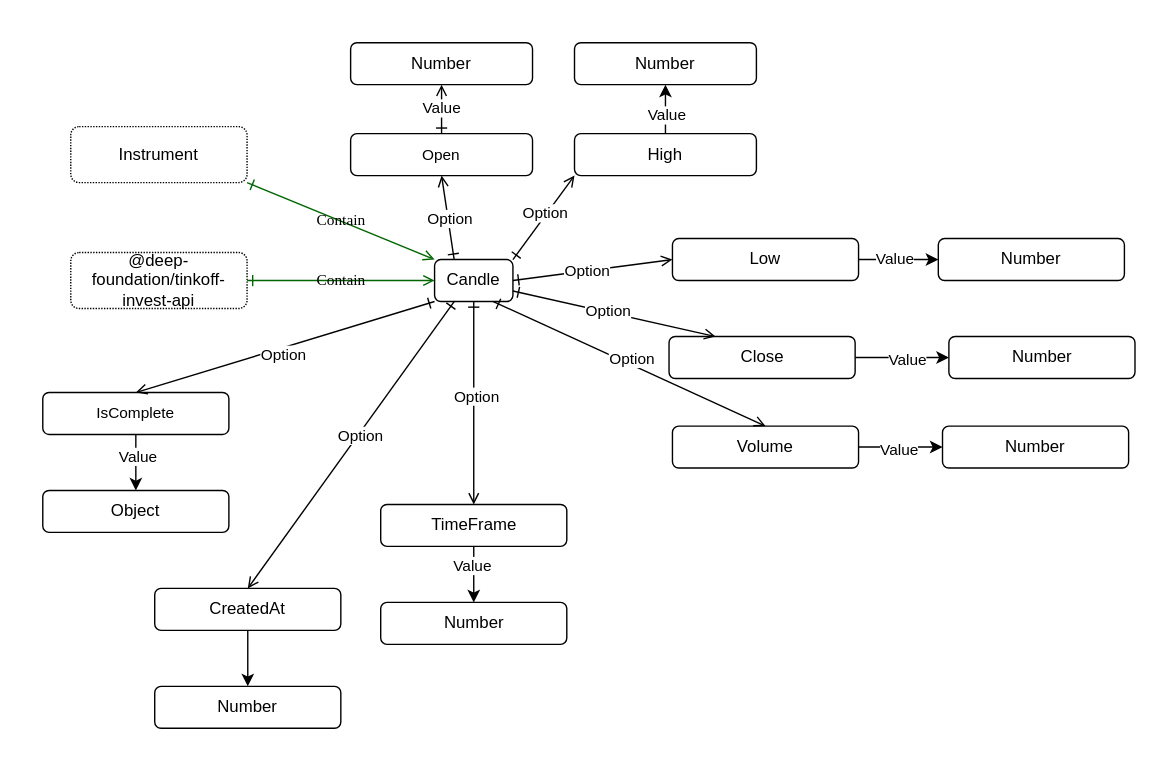
The draw.io diagram src/candle/Candle.drawio.svg in suenot/deep-tinkoff-invest-api, before a commit. Source tidied: cells renumbered, new cells last; positions are measured from the earlier drawing's top-left corner, leaving out a move shared by most shapes.
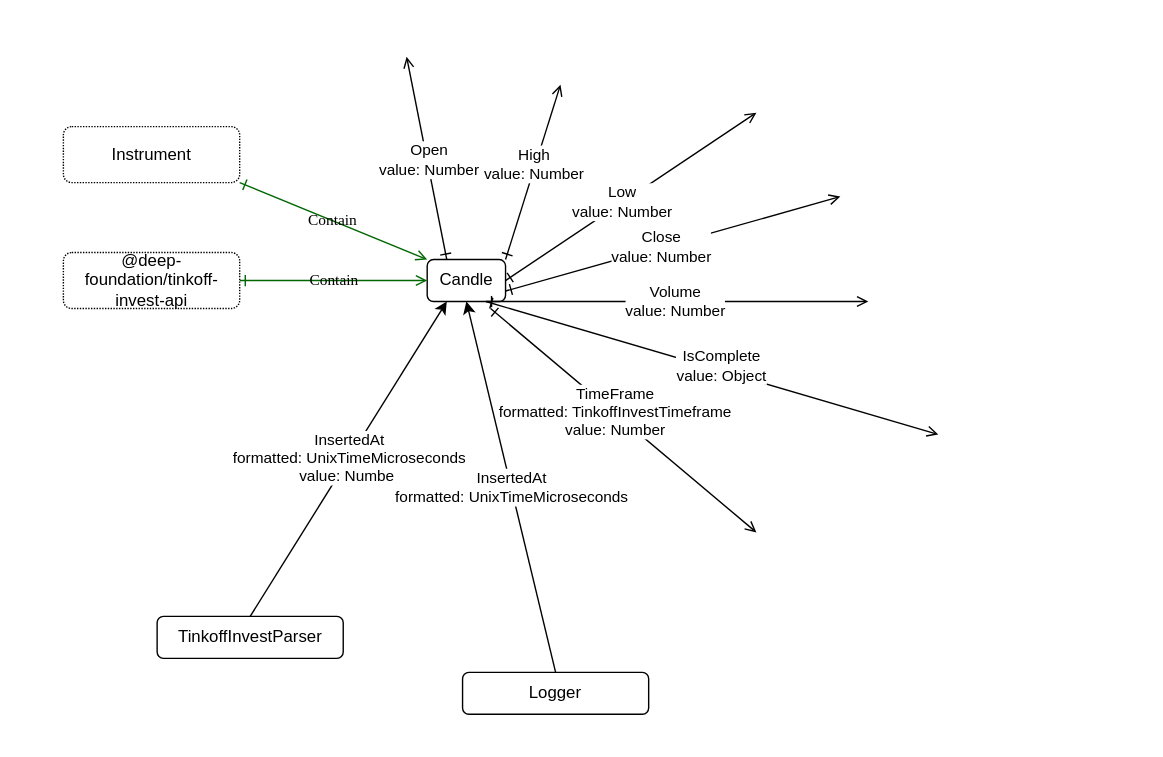
Later version of the same file.

The edit, as a diff of the source:
```diff
@@ -3,162 +3,93 @@
     <mxCell id="0" />
     <mxCell id="1" parent="0" />
     <mxCell id="2" style="rounded=0;whiteSpace=wrap;html=1;strokeColor=none;" parent="1" vertex="1">
-      <mxGeometry width="830" height="540" as="geometry" />
+      <mxGeometry x="5.3" width="830" height="540" as="geometry" />
     </mxCell>
-    <mxCell id="3" style="edgeStyle=none;html=1;exitX=1;exitY=0;exitDx=0;exitDy=0;entryX=0;entryY=1;entryDx=0;entryDy=0;startArrow=ERone;startFill=0;endArrow=open;endFill=0;" parent="1" edge="1" source="5" target="8">
-      <mxGeometry relative="1" as="geometry" />
-    </mxCell>
-    <mxCell id="4" value="Option" style="edgeLabel;html=1;align=center;verticalAlign=middle;" parent="3" vertex="1">
-      <mxGeometry x="0.08" y="2" relative="1" as="geometry" />
-    </mxCell>
+    <mxCell id="54" style="edgeStyle=none;html=1;exitX=1;exitY=0;exitDx=0;exitDy=0;startArrow=ERone;startFill=0;endArrow=open;endFill=0;" parent="1" edge="1" source="5">
+      <mxGeometry relative="1" as="geometry">
+        <mxPoint x="405.3" y="60" as="targetPoint" />
+      </mxGeometry>
+    </mxCell>
+    <mxCell id="55" value="High&lt;br&gt;value: Number" style="edgeLabel;html=1;align=center;verticalAlign=middle;" parent="54" vertex="1">
+      <mxGeometry x="0.08" y="2" relative="1" as="geometry" />
+    </mxCell>
     <mxCell id="5" value="Candle" style="rounded=1;whiteSpace=wrap;html=1;labelBackgroundColor=none;" parent="1" vertex="1">
       <mxGeometry x="310" y="185" width="56" height="30" as="geometry" />
     </mxCell>
-    <mxCell id="6" style="edgeStyle=none;html=1;exitX=0.5;exitY=0;exitDx=0;exitDy=0;entryX=0.5;entryY=1;entryDx=0;entryDy=0;" parent="1" edge="1" source="8" target="47">
-      <mxGeometry relative="1" as="geometry" />
-    </mxCell>
-    <mxCell id="7" value="Value" style="edgeLabel;html=1;align=center;verticalAlign=middle;" parent="6" vertex="1">
-      <mxGeometry x="-0.2" relative="1" as="geometry" />
-    </mxCell>
-    <mxCell id="8" value="High" style="rounded=1;whiteSpace=wrap;html=1;labelBackgroundColor=none;" parent="1" vertex="1">
-      <mxGeometry x="410" y="95" width="130" height="30" as="geometry" />
-    </mxCell>
     <mxCell id="9" value="Instrument" style="rounded=1;whiteSpace=wrap;html=1;labelBackgroundColor=none;dashed=1;dashPattern=1 1;" parent="1" vertex="1">
       <mxGeometry x="50" y="90" width="126" height="40" as="geometry" />
     </mxCell>
-    <mxCell id="10" style="edgeStyle=none;html=1;exitX=1;exitY=0.5;exitDx=0;exitDy=0;startArrow=ERone;startFill=0;entryX=0;entryY=0.5;entryDx=0;entryDy=0;endArrow=open;endFill=0;" parent="1" edge="1" source="5" target="14">
-      <mxGeometry relative="1" as="geometry" />
-    </mxCell>
-    <mxCell id="11" value="Option" style="edgeLabel;html=1;align=center;verticalAlign=middle;" parent="10" vertex="1">
-      <mxGeometry x="-0.07" y="1" relative="1" as="geometry" />
-    </mxCell>
-    <mxCell id="12" style="edgeStyle=none;html=1;exitX=1;exitY=0.5;exitDx=0;exitDy=0;entryX=0;entryY=0.5;entryDx=0;entryDy=0;" parent="1" edge="1" source="14" target="48">
-      <mxGeometry relative="1" as="geometry" />
-    </mxCell>
-    <mxCell id="13" value="Value" style="edgeLabel;html=1;align=center;verticalAlign=middle;" parent="12" vertex="1">
-      <mxGeometry x="-0.12" y="1" relative="1" as="geometry" />
-    </mxCell>
-    <mxCell id="14" value="Low" style="rounded=1;whiteSpace=wrap;html=1;labelBackgroundColor=none;" parent="1" vertex="1">
-      <mxGeometry x="480" y="170" width="133" height="30" as="geometry" />
-    </mxCell>
-    <mxCell id="15" style="edgeStyle=none;html=1;exitX=1;exitY=0.5;exitDx=0;exitDy=0;entryX=0;entryY=0.5;entryDx=0;entryDy=0;" parent="1" edge="1" source="17" target="49">
-      <mxGeometry relative="1" as="geometry" />
-    </mxCell>
-    <mxCell id="16" value="Value" style="edgeLabel;html=1;align=center;verticalAlign=middle;" parent="15" vertex="1">
-      <mxGeometry x="0.1" y="-1" relative="1" as="geometry" />
-    </mxCell>
-    <mxCell id="17" value="Close" style="rounded=1;whiteSpace=wrap;html=1;labelBackgroundColor=none;" parent="1" vertex="1">
-      <mxGeometry x="477.6" y="240" width="133" height="30" as="geometry" />
-    </mxCell>
-    <mxCell id="18" style="edgeStyle=none;html=1;exitX=1;exitY=0.75;exitDx=0;exitDy=0;startArrow=ERone;startFill=0;entryX=0.25;entryY=0;entryDx=0;entryDy=0;endArrow=open;endFill=0;" parent="1" edge="1" source="5" target="17">
-      <mxGeometry relative="1" as="geometry" />
-    </mxCell>
-    <mxCell id="19" value="Option" style="edgeLabel;html=1;align=center;verticalAlign=middle;" parent="18" vertex="1">
-      <mxGeometry x="-0.07" y="1" relative="1" as="geometry" />
-    </mxCell>
-    <mxCell id="20" style="edgeStyle=none;html=1;exitX=1;exitY=0.5;exitDx=0;exitDy=0;entryX=0;entryY=0.5;entryDx=0;entryDy=0;" parent="1" edge="1" source="22" target="50">
-      <mxGeometry relative="1" as="geometry" />
-    </mxCell>
-    <mxCell id="21" value="Value" style="edgeLabel;html=1;align=center;verticalAlign=middle;" parent="20" vertex="1">
-      <mxGeometry x="-0.07" y="-1" relative="1" as="geometry" />
-    </mxCell>
-    <mxCell id="22" value="Volume" style="rounded=1;whiteSpace=wrap;html=1;labelBackgroundColor=none;" parent="1" vertex="1">
-      <mxGeometry x="480" y="304" width="133" height="30" as="geometry" />
-    </mxCell>
-    <mxCell id="23" style="edgeStyle=none;html=1;startArrow=ERone;startFill=0;entryX=0.5;entryY=0;entryDx=0;entryDy=0;endArrow=open;endFill=0;exitX=0.75;exitY=1;exitDx=0;exitDy=0;" parent="1" edge="1" source="5" target="22">
-      <mxGeometry relative="1" as="geometry" />
-    </mxCell>
-    <mxCell id="24" value="Option" style="edgeLabel;html=1;align=center;verticalAlign=middle;" parent="23" vertex="1">
-      <mxGeometry x="-0.07" y="1" relative="1" as="geometry">
-        <mxPoint x="8" as="offset" />
-      </mxGeometry>
-    </mxCell>
-    <mxCell id="25" style="edgeStyle=none;html=1;exitX=0.25;exitY=0;exitDx=0;exitDy=0;startArrow=ERone;startFill=0;endArrow=open;endFill=0;entryX=0.5;entryY=1;entryDx=0;entryDy=0;" parent="1" edge="1" source="5" target="27">
-      <mxGeometry relative="1" as="geometry" />
-    </mxCell>
-    <mxCell id="26" value="Option" style="edgeLabel;html=1;align=center;verticalAlign=middle;" parent="25" vertex="1">
-      <mxGeometry x="-0.01" y="-1" relative="1" as="geometry" />
-    </mxCell>
-    <mxCell id="27" value="&lt;span style=&quot;font-size: 11px ; background-color: rgb(255 , 255 , 255)&quot;&gt;Open&lt;/span&gt;" style="rounded=1;whiteSpace=wrap;html=1;labelBackgroundColor=none;" parent="1" vertex="1">
-      <mxGeometry x="250" y="95" width="130" height="30" as="geometry" />
-    </mxCell>
-    <mxCell id="28" style="edgeStyle=none;html=1;" parent="1" edge="1" source="29" target="52">
-      <mxGeometry relative="1" as="geometry" />
-    </mxCell>
-    <mxCell id="29" value="CreatedAt" style="rounded=1;whiteSpace=wrap;html=1;labelBackgroundColor=none;" parent="1" vertex="1">
-      <mxGeometry x="110" y="420" width="133" height="30" as="geometry" />
-    </mxCell>
-    <mxCell id="30" style="edgeStyle=none;html=1;exitX=0.25;exitY=1;exitDx=0;exitDy=0;startArrow=ERone;startFill=0;entryX=0.5;entryY=0;entryDx=0;entryDy=0;endArrow=open;endFill=0;" parent="1" edge="1" source="5" target="29">
-      <mxGeometry relative="1" as="geometry" />
-    </mxCell>
-    <mxCell id="31" value="Option" style="edgeLabel;html=1;align=center;verticalAlign=middle;" parent="30" vertex="1">
-      <mxGeometry x="-0.07" y="1" relative="1" as="geometry" />
-    </mxCell>
-    <mxCell id="32" style="edgeStyle=none;html=1;exitX=0.5;exitY=1;exitDx=0;exitDy=0;entryX=0.5;entryY=0;entryDx=0;entryDy=0;" parent="1" edge="1" source="34" target="53">
-      <mxGeometry relative="1" as="geometry" />
-    </mxCell>
-    <mxCell id="33" value="Value" style="edgeLabel;html=1;align=center;verticalAlign=middle;" parent="32" vertex="1">
-      <mxGeometry x="-0.25" y="1" relative="1" as="geometry" />
-    </mxCell>
-    <mxCell id="34" value="&lt;span style=&quot;font-size: 11px ; background-color: rgb(255 , 255 , 255)&quot;&gt;IsComplete&lt;/span&gt;" style="rounded=1;whiteSpace=wrap;html=1;labelBackgroundColor=none;" parent="1" vertex="1">
-      <mxGeometry x="30" y="280" width="133" height="30" as="geometry" />
-    </mxCell>
-    <mxCell id="35" style="edgeStyle=none;html=1;exitX=0;exitY=1;exitDx=0;exitDy=0;startArrow=ERone;startFill=0;entryX=0.5;entryY=0;entryDx=0;entryDy=0;endArrow=open;endFill=0;" parent="1" edge="1" source="5" target="34">
-      <mxGeometry relative="1" as="geometry" />
-    </mxCell>
-    <mxCell id="36" value="Option" style="edgeLabel;html=1;align=center;verticalAlign=middle;" parent="35" vertex="1">
-      <mxGeometry x="0.03" y="4" relative="1" as="geometry" />
-    </mxCell>
+    <mxCell id="56" style="edgeStyle=none;html=1;exitX=1;exitY=0.5;exitDx=0;exitDy=0;startArrow=ERone;startFill=0;endArrow=open;endFill=0;" parent="1" edge="1" source="5">
+      <mxGeometry relative="1" as="geometry">
+        <mxPoint x="545.3" y="80" as="targetPoint" />
+      </mxGeometry>
+    </mxCell>
+    <mxCell id="57" value="Low&lt;br&gt;value: Number" style="edgeLabel;html=1;align=center;verticalAlign=middle;" parent="56" vertex="1">
+      <mxGeometry x="-0.07" y="1" relative="1" as="geometry" />
+    </mxCell>
+    <mxCell id="58" style="edgeStyle=none;html=1;exitX=1;exitY=0.75;exitDx=0;exitDy=0;startArrow=ERone;startFill=0;endArrow=open;endFill=0;" parent="1" edge="1" source="5">
+      <mxGeometry relative="1" as="geometry">
+        <mxPoint x="605.3" y="140" as="targetPoint" />
+      </mxGeometry>
+    </mxCell>
+    <mxCell id="59" value="Close&lt;br&gt;value: Number" style="edgeLabel;html=1;align=center;verticalAlign=middle;" parent="58" vertex="1">
+      <mxGeometry x="-0.07" y="1" relative="1" as="geometry" />
+    </mxCell>
+    <mxCell id="60" style="edgeStyle=none;html=1;startArrow=ERone;startFill=0;endArrow=open;endFill=0;exitX=0.75;exitY=1;exitDx=0;exitDy=0;" parent="1" edge="1" source="5">
+      <mxGeometry relative="1" as="geometry">
+        <mxPoint x="625.3" y="215" as="targetPoint" />
+      </mxGeometry>
+    </mxCell>
+    <mxCell id="61" value="Volume&lt;br&gt;value: Number" style="edgeLabel;html=1;align=center;verticalAlign=middle;" parent="60" vertex="1">
+      <mxGeometry x="-0.07" y="1" relative="1" as="geometry">
+        <mxPoint x="8" as="offset" />
+      </mxGeometry>
+    </mxCell>
+    <mxCell id="62" style="edgeStyle=none;html=1;exitX=0.25;exitY=0;exitDx=0;exitDy=0;startArrow=ERone;startFill=0;endArrow=open;endFill=0;" parent="1" edge="1" source="5">
+      <mxGeometry relative="1" as="geometry">
+        <mxPoint x="295.3" y="40" as="targetPoint" />
+      </mxGeometry>
+    </mxCell>
+    <mxCell id="63" value="Open&lt;br&gt;value: Number" style="edgeLabel;html=1;align=center;verticalAlign=middle;" parent="62" vertex="1">
+      <mxGeometry x="-0.01" y="-1" relative="1" as="geometry" />
+    </mxCell>
+    <mxCell id="64" value="InsertedAt&lt;br&gt;formatted: UnixTimeMicroseconds&amp;nbsp;&lt;br&gt;value: Number" style="edgeStyle=none;html=1;exitX=0.5;exitY=0;exitDx=0;exitDy=0;entryX=0.25;entryY=1;entryDx=0;entryDy=0;" parent="1" edge="1" source="65" target="5">
+      <mxGeometry relative="1" as="geometry" />
+    </mxCell>
+    <mxCell id="65" value="TinkoffInvestParser" style="rounded=1;whiteSpace=wrap;html=1;labelBackgroundColor=none;" parent="1" vertex="1">
+      <mxGeometry x="117" y="440" width="133" height="30" as="geometry" />
+    </mxCell>
+    <mxCell id="66" style="edgeStyle=none;html=1;exitX=0.75;exitY=1;exitDx=0;exitDy=0;startArrow=ERone;startFill=0;endArrow=open;endFill=0;" parent="1" edge="1" source="5">
+      <mxGeometry relative="1" as="geometry">
+        <mxPoint x="675.3" y="310" as="targetPoint" />
+      </mxGeometry>
+    </mxCell>
+    <mxCell id="67" value="IsComplete&lt;br&gt;value: Object" style="edgeLabel;html=1;align=center;verticalAlign=middle;" parent="66" vertex="1">
+      <mxGeometry x="0.03" y="4" relative="1" as="geometry" />
+    </mxCell>
     <mxCell id="37" value="@deep-foundation/tinkoff-invest-api" style="rounded=1;whiteSpace=wrap;html=1;labelBackgroundColor=none;dashed=1;dashPattern=1 1;" parent="1" vertex="1">
       <mxGeometry x="50" y="180" width="126" height="40" as="geometry" />
     </mxCell>
     <mxCell id="38" value="Contain" style="jettySize=auto;html=1;shadow=0;labelBackgroundColor=none;startArrow=ERone;startFill=0;endArrow=open;endFill=0;fontColor=#000000;fontFamily=Comic Sans MS;entryX=0;entryY=0.5;entryDx=0;entryDy=0;exitX=1;exitY=0.5;exitDx=0;exitDy=0;strokeColor=#006600;" parent="1" edge="1" source="37" target="5">
       <mxGeometry relative="1" as="geometry" />
     </mxCell>
-    <mxCell id="39" style="edgeStyle=none;html=1;exitX=0.5;exitY=1;exitDx=0;exitDy=0;entryX=0.5;entryY=0;entryDx=0;entryDy=0;" parent="1" edge="1" source="41" target="51">
-      <mxGeometry relative="1" as="geometry" />
-    </mxCell>
-    <mxCell id="40" value="Value" style="edgeLabel;html=1;align=center;verticalAlign=middle;" parent="39" vertex="1">
-      <mxGeometry x="-0.35" y="-2" relative="1" as="geometry" />
-    </mxCell>
-    <mxCell id="41" value="TimeFrame" style="rounded=1;whiteSpace=wrap;html=1;labelBackgroundColor=none;" parent="1" vertex="1">
-      <mxGeometry x="271.5" y="360" width="133" height="30" as="geometry" />
-    </mxCell>
-    <mxCell id="42" style="edgeStyle=none;html=1;startArrow=ERone;startFill=0;entryX=0.5;entryY=0;entryDx=0;entryDy=0;endArrow=open;endFill=0;exitX=0.5;exitY=1;exitDx=0;exitDy=0;" parent="1" edge="1" source="5" target="41">
-      <mxGeometry relative="1" as="geometry" />
-    </mxCell>
-    <mxCell id="43" value="Option" style="edgeLabel;html=1;align=center;verticalAlign=middle;" parent="42" vertex="1">
-      <mxGeometry x="-0.07" y="1" relative="1" as="geometry" />
-    </mxCell>
+    <mxCell id="68" style="edgeStyle=none;html=1;startArrow=ERone;startFill=0;endArrow=open;endFill=0;" parent="1" edge="1">
+      <mxGeometry relative="1" as="geometry">
+        <mxPoint x="355.3" y="220" as="sourcePoint" />
+        <mxPoint x="545.3" y="380" as="targetPoint" />
+      </mxGeometry>
+    </mxCell>
+    <mxCell id="69" value="TimeFrame&lt;br&gt;formatted: TinkoffInvestTimeframe&lt;br&gt;value: Number" style="edgeLabel;html=1;align=center;verticalAlign=middle;" parent="68" vertex="1">
+      <mxGeometry x="-0.07" y="1" relative="1" as="geometry" />
+    </mxCell>
     <mxCell id="44" value="Contain" style="jettySize=auto;html=1;shadow=0;labelBackgroundColor=none;startArrow=ERone;startFill=0;endArrow=open;endFill=0;fontColor=#000000;fontFamily=Comic Sans MS;entryX=0;entryY=0;entryDx=0;entryDy=0;exitX=1;exitY=1;exitDx=0;exitDy=0;strokeColor=#006600;" parent="1" edge="1" source="9" target="5">
       <mxGeometry relative="1" as="geometry" />
     </mxCell>
-    <mxCell id="45" value="Number" style="rounded=1;whiteSpace=wrap;html=1;labelBackgroundColor=none;" parent="1" vertex="1">
-      <mxGeometry x="250" y="30" width="130" height="30" as="geometry" />
-    </mxCell>
-    <mxCell id="46" value="Value" style="edgeStyle=none;html=1;exitX=0.5;exitY=0;exitDx=0;exitDy=0;startArrow=ERone;startFill=0;endArrow=open;endFill=0;entryX=0.5;entryY=1;entryDx=0;entryDy=0;" parent="1" edge="1" source="27" target="45">
-      <mxGeometry relative="1" as="geometry" />
-    </mxCell>
-    <mxCell id="47" value="Number" style="rounded=1;whiteSpace=wrap;html=1;labelBackgroundColor=none;" parent="1" vertex="1">
-      <mxGeometry x="410" y="30" width="130" height="30" as="geometry" />
-    </mxCell>
-    <mxCell id="48" value="Number" style="rounded=1;whiteSpace=wrap;html=1;labelBackgroundColor=none;" parent="1" vertex="1">
-      <mxGeometry x="670" y="170" width="133" height="30" as="geometry" />
-    </mxCell>
-    <mxCell id="49" value="Number" style="rounded=1;whiteSpace=wrap;html=1;labelBackgroundColor=none;" parent="1" vertex="1">
-      <mxGeometry x="677.6" y="240" width="133" height="30" as="geometry" />
-    </mxCell>
-    <mxCell id="50" value="Number" style="rounded=1;whiteSpace=wrap;html=1;labelBackgroundColor=none;" parent="1" vertex="1">
-      <mxGeometry x="673" y="304" width="133" height="30" as="geometry" />
-    </mxCell>
-    <mxCell id="51" value="Number" style="rounded=1;whiteSpace=wrap;html=1;labelBackgroundColor=none;" parent="1" vertex="1">
-      <mxGeometry x="271.5" y="430" width="133" height="30" as="geometry" />
-    </mxCell>
-    <mxCell id="52" value="Number" style="rounded=1;whiteSpace=wrap;html=1;labelBackgroundColor=none;" parent="1" vertex="1">
-      <mxGeometry x="110" y="490" width="133" height="30" as="geometry" />
-    </mxCell>
-    <mxCell id="53" value="Object" style="rounded=1;whiteSpace=wrap;html=1;labelBackgroundColor=none;" parent="1" vertex="1">
-      <mxGeometry x="30" y="350" width="133" height="30" as="geometry" />
-    </mxCell>
+    <mxCell id="70" value="Logger" style="rounded=1;whiteSpace=wrap;html=1;labelBackgroundColor=none;" parent="1" vertex="1">
+      <mxGeometry x="335.3" y="480" width="133" height="30" as="geometry" />
+    </mxCell>
+    <mxCell id="71" value="InsertedAt&lt;br&gt;formatted: UnixTimeMicroseconds&amp;nbsp;" style="edgeStyle=none;html=1;exitX=0.5;exitY=0;exitDx=0;exitDy=0;entryX=0.5;entryY=1;entryDx=0;entryDy=0;" parent="1" edge="1" source="70" target="5">
+      <mxGeometry relative="1" as="geometry" />
+    </mxCell>
   </root>
 </mxGraphModel>
```
